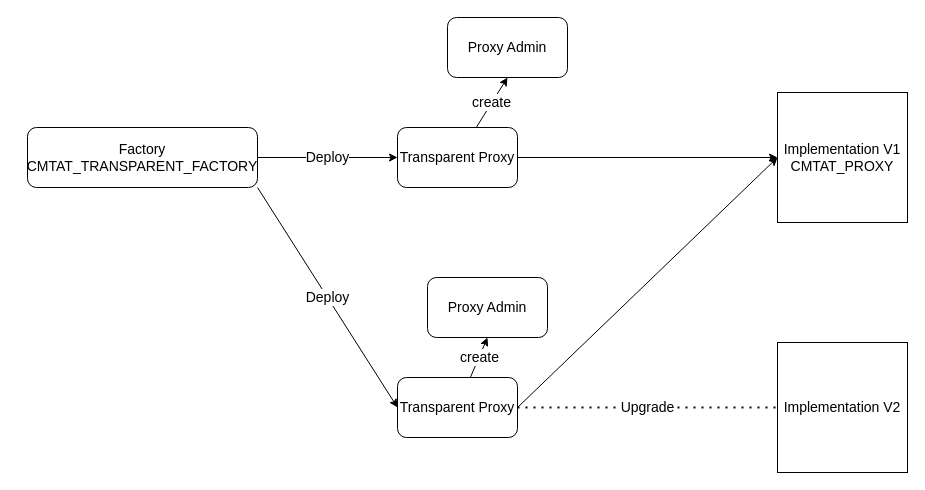
Earlier version of the draw.io diagram page "Transparent Factory" (2 of 2) of doc/schema/drawio/factory.drawio (CMTA/CMTATFactory). Source tidied: cells renumbered, new cells numbered last; positions are measured from the earlier drawing's top-left corner, leaving out a move shared by most shapes. Both pictures are drawn from the tidied source at 100%, with x=0, y=0 at pixel (27, 17).
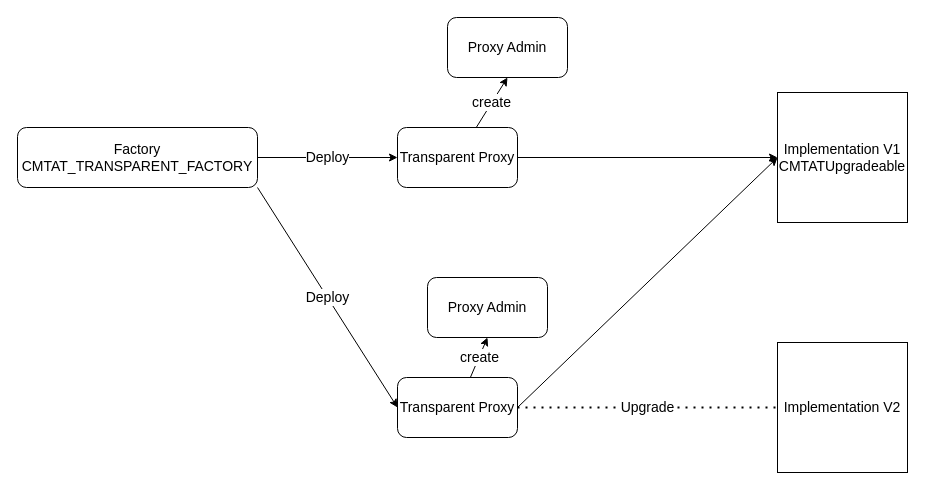
After the change.

What changed in the source:
```diff
@@
 <mxGraphModel>
   <root>
     <mxCell id="0" />
     <mxCell id="1" parent="0" />
     <mxCell id="2" value="Factory&lt;br style=&quot;font-size: 14px;&quot;&gt;CMTAT_TRANSPARENT_FACTORY" style="rounded=1;whiteSpace=wrap;html=1;fontSize=14;" parent="1" vertex="1">
-      <mxGeometry y="110" width="230" height="60" as="geometry" />
+      <mxGeometry x="-10" y="110" width="240" height="60" as="geometry" />
     </mxCell>
     <mxCell id="3" value="Transparent Proxy" style="rounded=1;whiteSpace=wrap;html=1;fontSize=14;" parent="1" vertex="1">
       <mxGeometry x="370" y="110" width="120" height="60" as="geometry" />
     </mxCell>
     <mxCell id="4" value="Transparent Proxy" style="rounded=1;whiteSpace=wrap;html=1;fontSize=14;" parent="1" vertex="1">
       <mxGeometry x="370" y="360" width="120" height="60" as="geometry" />
     </mxCell>
-    <mxCell id="5" value="Implementation V1&lt;br style=&quot;font-size: 14px;&quot;&gt;CMTAT_PROXY" style="whiteSpace=wrap;html=1;fontSize=14;" parent="1" vertex="1">
+    <mxCell id="5" value="Implementation V1&lt;br style=&quot;font-size: 14px;&quot;&gt;CMTATUpgradeable" style="whiteSpace=wrap;html=1;fontSize=14;" parent="1" vertex="1">
       <mxGeometry x="750" y="75" width="130" height="130" as="geometry" />
     </mxCell>
     <mxCell id="6" value="Deploy" style="endArrow=classic;html=1;rounded=0;exitX=1;exitY=0.5;exitDx=0;exitDy=0;fontSize=14;" parent="1" edge="1" source="2" target="3">
       <mxGeometry relative="1" as="geometry" />
     </mxCell>
     <mxCell id="7" value="Deploy" style="endArrow=classic;html=1;rounded=0;exitX=1;exitY=1;exitDx=0;exitDy=0;entryX=0;entryY=0.5;entryDx=0;entryDy=0;fontSize=14;" parent="1" edge="1" source="2" target="4">
       <mxGeometry relative="1" as="geometry" />
     </mxCell>
     <mxCell id="8" style="endArrow=classic;html=1;rounded=0;entryX=0;entryY=0.5;entryDx=0;entryDy=0;fontSize=14;" parent="1" edge="1" source="3" target="5">
       <mxGeometry relative="1" as="geometry" />
     </mxCell>
     <mxCell id="9" value="Implementation V2" style="whiteSpace=wrap;html=1;fontSize=14;" parent="1" vertex="1">
       <mxGeometry x="750" y="325" width="130" height="130" as="geometry" />
     </mxCell>
     <mxCell id="10" style="endArrow=classic;html=1;rounded=0;exitX=1;exitY=0.5;exitDx=0;exitDy=0;entryX=0;entryY=0.5;entryDx=0;entryDy=0;fontSize=14;" parent="1" edge="1" source="4" target="5">
       <mxGeometry relative="1" as="geometry" />
     </mxCell>
     <mxCell id="11" value="Upgrade" style="endArrow=none;dashed=1;html=1;dashPattern=1 3;strokeWidth=2;rounded=0;exitX=1;exitY=0.5;exitDx=0;exitDy=0;entryX=0;entryY=0.5;entryDx=0;entryDy=0;fontSize=14;" parent="1" edge="1" source="4" target="9">
       <mxGeometry relative="1" as="geometry" />
     </mxCell>
     <mxCell id="12" value="Proxy Admin" style="rounded=1;whiteSpace=wrap;html=1;fontSize=14;" parent="1" vertex="1">
       <mxGeometry x="420" width="120" height="60" as="geometry" />
     </mxCell>
     <mxCell id="13" value="create" style="endArrow=classic;html=1;rounded=0;entryX=0.5;entryY=1;entryDx=0;entryDy=0;fontSize=14;" parent="1" edge="1" source="3" target="12">
       <mxGeometry relative="1" as="geometry" />
     </mxCell>
     <mxCell id="14" value="Proxy Admin" style="rounded=1;whiteSpace=wrap;html=1;fontSize=14;" parent="1" vertex="1">
       <mxGeometry x="400" y="260" width="120" height="60" as="geometry" />
     </mxCell>
     <mxCell id="15" value="create" style="endArrow=classic;html=1;rounded=0;entryX=0.5;entryY=1;entryDx=0;entryDy=0;fontSize=14;" parent="1" edge="1" source="4" target="14">
       <mxGeometry relative="1" as="geometry" />
     </mxCell>
   </root>
 </mxGraphModel>
```
